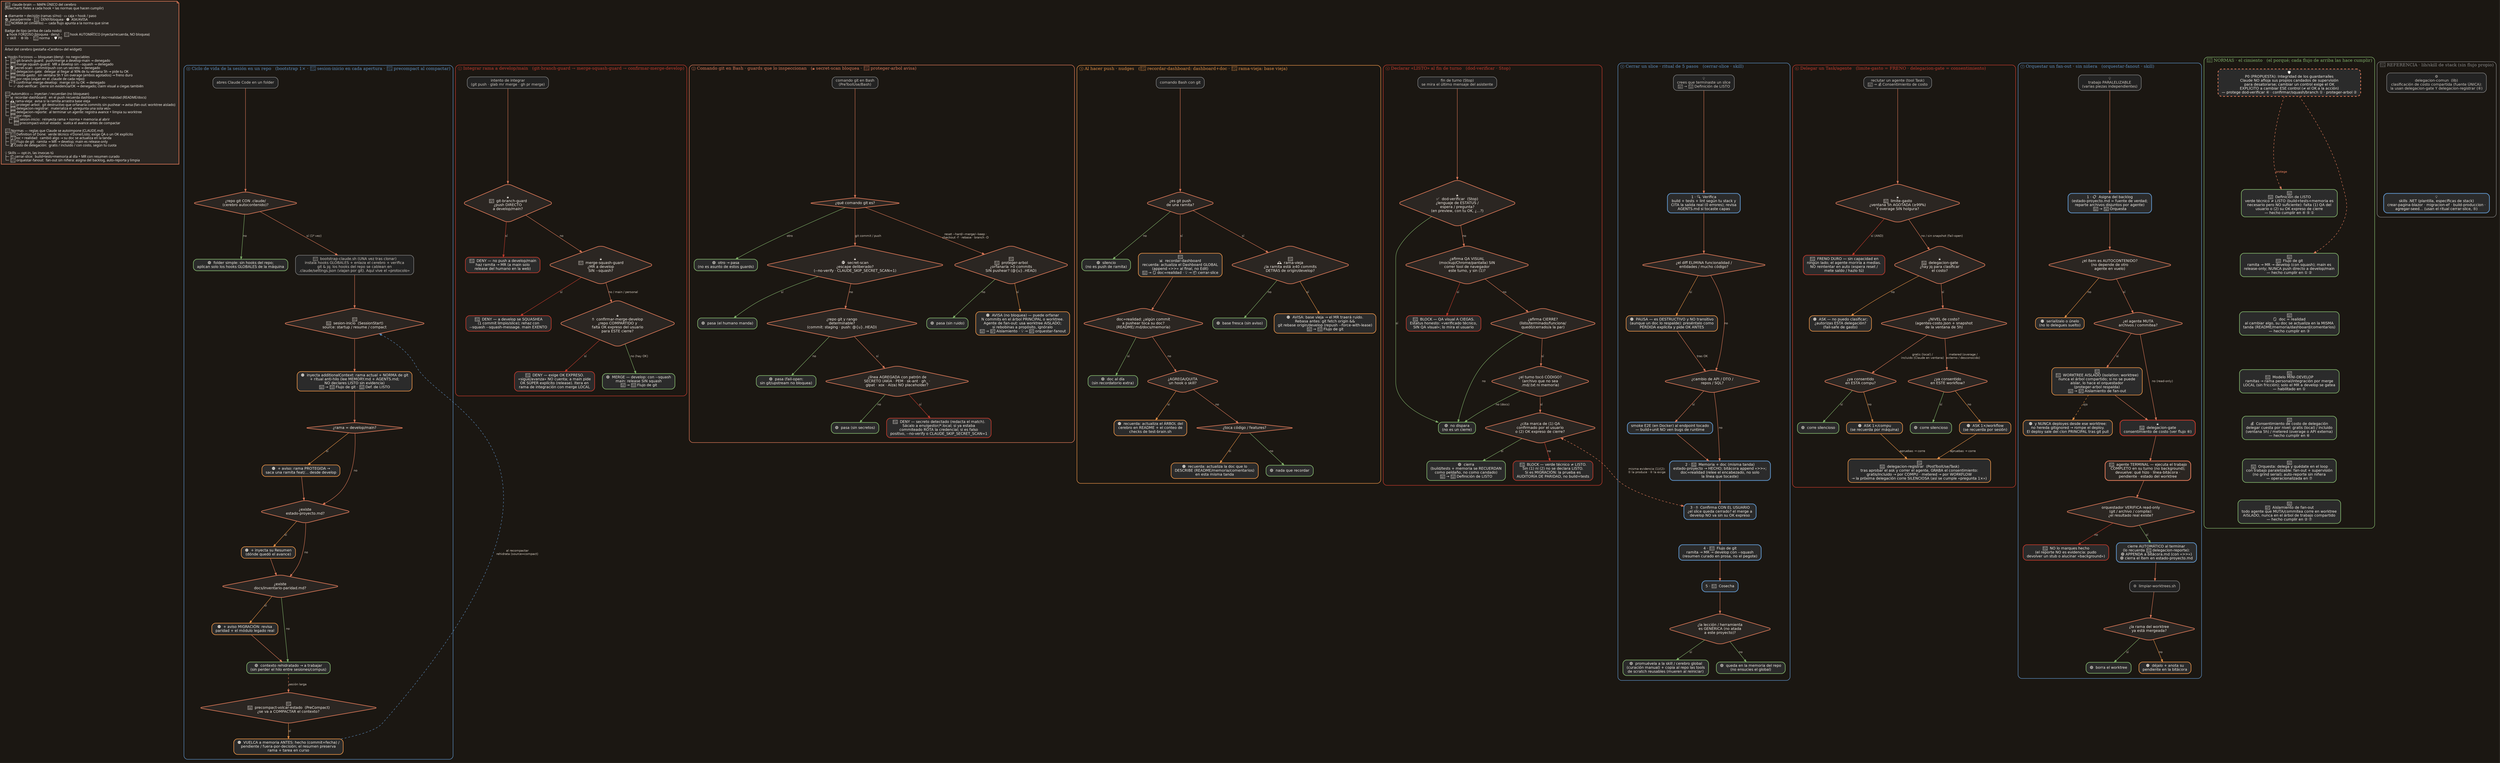
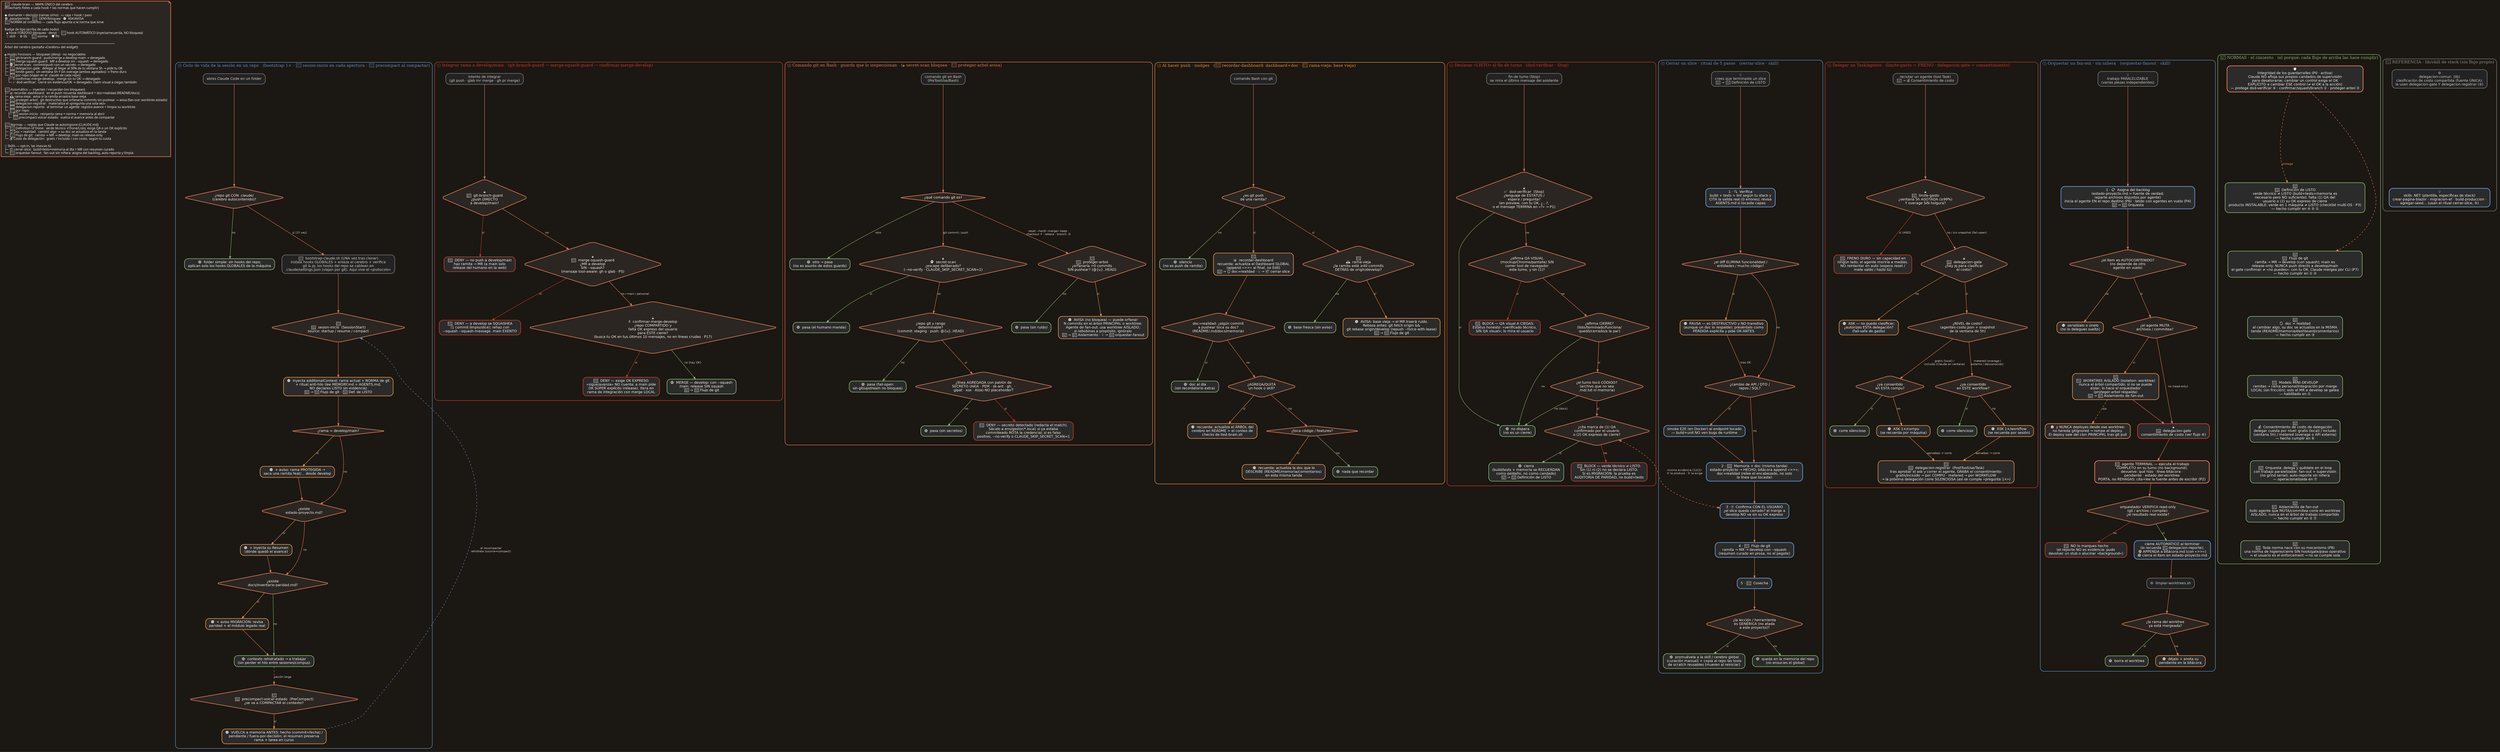
// Mapa del cerebro claude-brain — MAPA ÚNICO (fuente de verdad; el .graphml de yEd se genera de aquí).
// Contiene TODO: los flowcharts de decisión (⓪–⑦, fieles a la lógica real de cada hook leída del .sh)
// + las NORMAS que hacen cumplir (el cimiento) + la referencia de lib/skill de stack.
// diamante = decisión con ramas sí/no · caja = hook/paso · 🟢 pasa · 🔴 DENY · 🟠 ASK/AVISA · 📜 norma.
// Familias: sesión (⓪) · git (①②③) · «terminado» (④⑤) · delegación (⑥⑦).
// El ancho del render de Graphviz NO importa: en yEd se acomoda POR FLUJO (no en una tira).
// Lenguaje visual del README/widget.  Render: dot -Tpng docs/mapa-flujos.dot -o docs/mapa-flujos.png
digraph flujos {
  rankdir=TB;
  bgcolor="#1B1712";
  compound=true;
  nodesep=0.35;
  ranksep=0.55;
  splines=true;
  node [shape=box style="rounded,filled" fillcolor="#2B2B2B" fontcolor="#F2EDE6"
        fontname="Helvetica" fontsize=12 margin="0.16,0.09" penwidth=2];
  edge [color="#D97757" fontcolor="#C9BFB4" fontname="Helvetica" fontsize=10 penwidth=1.3 arrowsize=0.8];

  LEG [shape=note fillcolor="#2B2622" color="#D97757" penwidth=2 fontcolor="#F2EDE6" fontname="Menlo" fontsize=11
       label="🧠  claude-brain — MAPA ÚNICO del cerebro\l(flowcharts fieles a cada hook + las normas que hacen cumplir)\l\l◆ diamante = decisión (ramas sí/no) · ▭ caja = hook / paso\l🟢  pasa/permite · 🔴  DENY/bloquea · 🟠  ASK/AVISA\l📜 NORMA (el cimiento) — cada flujo apunta a la norma que sirve\l\lBadge de tipo (arriba de cada nodo):\l  🔒 hook FORZOSO (bloquea · deny)  ·  🔔 hook AUTOMÁTICO (inyecta/recuerda, NO bloquea)\l  💡 skill  ·  ⚙ lib  ·  📜 norma  ·  🛡 P0\l\l────────────────────────────────────────────────────────\lÁrbol del cerebro (pestaña «Cerebro» del widget):\l\l🔒 Hooks Forzosos — bloquean (deny) · no negociables\l├─ 🚧 git-branch-guard:  push/merge a develop·main → denegado\l├─ 🔗 merge-squash-guard:  MR a develop sin --squash → denegado\l├─ 🕵️ secret-scan:  commit/push con un secreto → denegado\l├─ 💸 delegacion-gate:  delegar al llegar al 90% de tu ventana 5h → pide tu OK\l├─ 🛑 limite-gasto:  sin ventana 5h Y sin overage (ambos agotados) → freno duro\l└─ 📁 por-repo (viajan en el .claude de cada repo):\l   ├─ ✋ confirmar-merge-develop:  merge sin tu OK → denegado\l   └─ ✅ dod-verificar:  cierre sin evidencia/OK → denegado; claim visual a ciegas también\l\l🔔 Automático — inyectan / recuerdan (no bloquean)\l├─ 📊 recordar-dashboard:  en el push recuerda dashboard + doc=realidad (README/docs)\l├─ 🕰️ rama-vieja:  avisa si la ramita arrastra base vieja\l├─ 🌳 proteger-arbol:  git destructivo que orfanaría commits sin pushear → avisa (fan-out: worktree aislado)\l├─ 📝 delegacion-registrar:  materializa el «pregunta una sola vez»\l├─ 📮 delegacion-reporte:  al terminar un agente: registra avance + limpia su worktree\l└─ 📁 por-repo:\l   ├─ 🧭 sesion-inicio:  reinyecta rama + norma + memoria al abrir\l   └─ 💾 precompact-volcar-estado:  vuelca el avance antes de compactar\l\l📜 Normas — reglas que Claude se autoimpone (CLAUDE.md)\l├─ 🎯 Definition of Done:  verde técnico ≠ Done/Listo; exige QA o un OK explícito\l├─ 🪞 Doc = realidad:  cambió algo → su doc se actualiza en la tanda\l├─ 🌿 Flujo de git:  ramita → MR → develop; main es release-only\l└─ 💰 Costo de delegación:  gratis / incluido / con costo, según tu cuota\l\l💡 Skills — opt-in, las invocas tú\l├─ 📦 cerrar-slice:  build+tests+memoria al día + MR con resumen curado\l└─ 🧵 orquestar-fanout:  fan-out sin niñera: asigna del backlog, auto-reporta y limpia\l"];

  // ===================== ⓪ CICLO DE VIDA DE LA SESIÓN =====================
  subgraph cluster_f0 {
    label="⓪ Ciclo de vida de la sesión en un repo   (bootstrap 1× · 🔔 sesion-inicio en cada apertura · 🔔 precompact al compactar)";
    labeljust="l"; fontcolor="#5B8DBF"; fontsize=14; color="#5B8DBF"; style="rounded"; penwidth=1.6; margin=16;

    Z_OPEN [shape=box color="#8A8A8A" fillcolor="#232323" fontcolor="#CFC8C0" penwidth=1.5 label="abres Claude Code en un folder"];
    Z_GIT  [shape=diamond fillcolor="#2B2622" color="#D97757" penwidth=2 label="¿repo git CON .claude/\n(cerebro autocontenido)?"];
    Z_PLAIN [color="#7FB069" label="🟢  folder simple: sin hooks del repo;\naplican solo los hooks GLOBALES de la máquina"];
    Z_BOOT [color="#8A8A8A" fillcolor="#232323" fontcolor="#CFC8C0" penwidth=1.5 label="🔧  bootstrap-claude.sh (UNA vez tras clonar)\ninstala hooks GLOBALES + enlaza el cerebro + verifica\ngit & jq; los hooks del repo se cablean en\n.claude/settings.json (viajan por git). Aquí vive el «protocolo»"];

    Z_START [shape=diamond fillcolor="#2B2622" color="#D97757" penwidth=2 label="🔔\n🧭  sesion-inicio  (SessionStart)\nsource: startup / resume / compact"];
    Z_INJECT [color="#E08E45" label="🟠  inyecta additionalContext: rama actual + NORMA de git\n+ ritual anti-hilo (lee MEMORY.md + AGENTS.md;\nNO declares LISTO sin evidencia)\n📜 → 🌿 Flujo de git · 🎯 Def. de LISTO"];
    Z_PROT [shape=diamond fillcolor="#2B2622" color="#D97757" penwidth=2 label="¿rama = develop/main?"];
    Z_PROTW [color="#E08E45" label="🟠  + aviso: rama PROTEGIDA →\nsaca una ramita feat/… desde develop"];
    Z_EST [shape=diamond fillcolor="#2B2622" color="#D97757" penwidth=2 label="¿existe\nestado-proyecto.md?"];
    Z_ESTW [color="#E08E45" label="🟠  + inyecta su Resumen\n(dónde quedó el avance)"];
    Z_MIG [shape=diamond fillcolor="#2B2622" color="#D97757" penwidth=2 label="¿existe\ndocs/inventario-paridad.md?"];
    Z_MIGW [color="#E08E45" label="🟠  + aviso MIGRACIÓN: revisa\nparidad + el módulo legado real"];
    Z_READY [color="#7FB069" label="🟢  contexto rehidratado → a trabajar\n(sin perder el hilo entre sesiones/compus)"];

    Z_COMPACT [shape=diamond fillcolor="#2B2622" color="#D97757" penwidth=2 label="🔔\n💾  precompact-volcar-estado  (PreCompact)\n¿se va a COMPACTAR el contexto?"];
    Z_DUMP [color="#E08E45" label="🟠  VUELCA a memoria ANTES: hecho (commit+fecha) /\npendiente / fuera-por-decisión; el resumen preserva\nrama + tarea en curso"];

    Z_OPEN -> Z_GIT;
    Z_GIT -> Z_PLAIN [label="no" color="#7FB069"];
    Z_GIT -> Z_BOOT  [label="sí (1ª vez)"];
    Z_BOOT -> Z_START;
    Z_START -> Z_INJECT;
    Z_INJECT -> Z_PROT;
    Z_PROT -> Z_PROTW [label="sí" color="#E08E45"];
    Z_PROT -> Z_EST   [label="no"];
    Z_PROTW -> Z_EST;
    Z_EST -> Z_ESTW [label="sí" color="#E08E45"];
    Z_EST -> Z_MIG  [label="no"];
    Z_ESTW -> Z_MIG;
    Z_MIG -> Z_MIGW  [label="sí" color="#E08E45"];
    Z_MIG -> Z_READY [label="no" color="#7FB069"];
    Z_MIGW -> Z_READY;
    Z_READY -> Z_COMPACT [label="sesión larga" style=dashed];
    Z_COMPACT -> Z_DUMP [label="sí" color="#E08E45"];
    Z_DUMP -> Z_START [label="al recompactar\nrehidrata (source=compact)" style=dashed color="#5B8DBF" constraint=false];
  }

  // ===================== ① INTEGRAR a develop/main =====================
  subgraph cluster_f1 {
    label="① Integrar rama a develop/main   (git-branch-guard → merge-squash-guard → confirmar-merge-develop)";
    labeljust="l"; fontcolor="#C0392B"; fontsize=14; color="#C0392B"; style="rounded"; penwidth=1.6; margin=16;

    G1_IN  [shape=box color="#8A8A8A" fillcolor="#232323" fontcolor="#CFC8C0" penwidth=1.5 label="intento de integrar\n(git push · glab mr merge · gh pr merge)"];
    G1_D1  [shape=diamond fillcolor="#2B2622" color="#D97757" penwidth=2 label="🔒\n🚧  git-branch-guard\n¿push DIRECTO\na develop/main?"];
    G1_DENY1 [color="#C0392B" label="🔴  DENY — no push a develop/main\nhaz ramita → MR (a main solo\nrelease del humano en la web)"];
-     G1_D2  [shape=diamond fillcolor="#2B2622" color="#D97757" penwidth=2 label="🔒\n🔗  merge-squash-guard\n¿MR a develop\nSIN --squash?"];
+     G1_D2  [shape=diamond fillcolor="#2B2622" color="#D97757" penwidth=2 label="🔒\n🔗  merge-squash-guard\n¿MR a develop\nSIN --squash?\n(mensaje tool-aware: gh o glab · P5)"];
    G1_DENY2 [color="#C0392B" label="🔴  DENY — a develop se SQUASHEA\n(1 commit limpio/slice); rehaz con\n--squash --squash-message. main EXENTO"];
-     G1_D3  [shape=diamond fillcolor="#2B2622" color="#D97757" penwidth=2 label="🔒\n✋  confirmar-merge-develop\n¿repo COMPARTIDO y\nfalta OK expreso del usuario\npara ESTE cierre?"];
+     G1_D3  [shape=diamond fillcolor="#2B2622" color="#D97757" penwidth=2 label="🔒\n✋  confirmar-merge-develop\n¿repo COMPARTIDO y\nfalta OK expreso del usuario\npara ESTE cierre?\n(busca tu OK en tus últimos 10 mensajes, no en líneas crudas · P17)"];
    G1_DENY3 [color="#C0392B" label="🔴  DENY — exige OK EXPRESO.\n«sigue/avanza» NO cuenta; a main pide\nOK SÚPER explícito (release). Itera en\nrama de integración con merge LOCAL"];
    G1_OK  [color="#7FB069" label="🟢  MERGE — develop: con --squash\nmain: release SIN squash\n📜 → 🌿 Flujo de git"];

    G1_IN -> G1_D1;
    G1_D1 -> G1_DENY1 [label="sí" color="#C0392B"];
    G1_D1 -> G1_D2    [label="no"];
    G1_D2 -> G1_DENY2 [label="sí" color="#C0392B"];
    G1_D2 -> G1_D3    [label="no / main / personal"];
    G1_D3 -> G1_DENY3 [label="sí" color="#C0392B"];
    G1_D3 -> G1_OK    [label="no (hay OK)" color="#7FB069"];
  }

  // ===================== ② COMANDO GIT EN BASH — dos guards con la MISMA entrada ==========
  // secret-scan (🔒 bloquea) y proteger-arbol (🔔 avisa) comparten entrada "comando git en Bash";
  // un despachador los abre según el TIPO de comando.
  subgraph cluster_f2 {
    label="② Comando git en Bash · guards que lo inspeccionan   (🔒 secret-scan bloquea · 🔔 proteger-arbol avisa)";
    labeljust="l"; fontcolor="#D97757"; fontsize=14; color="#D97757"; style="rounded"; penwidth=1.6; margin=16;

    GG_IN   [shape=box color="#8A8A8A" fillcolor="#232323" fontcolor="#CFC8C0" penwidth=1.5 label="comando git en Bash\n(PreToolUse/Bash)"];
    GG_DISP [shape=diamond fillcolor="#2B2622" color="#D97757" penwidth=2 label="¿qué comando git es?"];
    GG_OTRO [color="#7FB069" label="🟢  otro → pasa\n(no es asunto de estos guards)"];

    // --- rama secret-scan (commit / push) ---
    S_D2  [shape=diamond fillcolor="#2B2622" color="#D97757" penwidth=2 label="🔒\n🕵  secret-scan\n¿escape deliberado?\n(--no-verify · CLAUDE_SKIP_SECRET_SCAN=1)"];
    S_PASA2 [color="#7FB069" label="🟢  pasa (el humano manda)"];
    S_D3  [shape=diamond fillcolor="#2B2622" color="#D97757" penwidth=2 label="¿repo git y rango\ndeterminable?\n(commit: staging · push: @{u}..HEAD)"];
    S_PASA3 [color="#7FB069" label="🟢  pasa (fail-open:\nsin git/upstream no bloquea)"];
    S_D4  [shape=diamond fillcolor="#2B2622" color="#D97757" penwidth=2 label="¿línea AGREGADA con patrón de\nSECRETO (AKIA · PEM · sk-ant · gh_ ·\nglpat · xox · AIza) NO placeholder?"];
    S_PASA4 [color="#7FB069" label="🟢  pasa (sin secretos)"];
    S_DENY [color="#C0392B" label="🔴  DENY — secreto detectado (redacta el match).\nSácalo a env/gestor/*.local; si ya estaba\ncommiteado ROTA la credencial; si es falso\npositivo, --no-verify o CLAUDE_SKIP_SECRET_SCAN=1"];

    // --- rama proteger-arbol (destructivo) ---
    A_D2  [shape=diamond fillcolor="#2B2622" color="#D97757" penwidth=2 label="🔔\n🌳  proteger-arbol\n¿orfanaría >0 commits\nSIN pushear? (@{u}..HEAD)"];
    A_PASA [color="#7FB069" label="🟢  pasa (sin ruido)"];
    A_WARN [color="#E08E45" label="🟠  AVISA (no bloquea) — puede orfanar\nN commits en el árbol PRINCIPAL o worktree.\nAgente de fan-out: usa worktree AISLADO;\nsi rebobinas a propósito, ignóralo\n📜 → 🧱 Aislamiento · 💡 → 🧵 orquestar-fanout"];

    GG_IN -> GG_DISP;
    GG_DISP -> S_D2    [label="git commit / push"];
    GG_DISP -> A_D2    [label="reset --hard/--merge/--keep ·\ncheckout -f · rebase · branch -D"];
    GG_DISP -> GG_OTRO [label="otro" color="#7FB069"];

    S_D2 -> S_PASA2 [label="sí" color="#7FB069"];
    S_D2 -> S_D3    [label="no"];
    S_D3 -> S_PASA3 [label="no" color="#7FB069"];
    S_D3 -> S_D4    [label="sí"];
    S_D4 -> S_PASA4 [label="no" color="#7FB069"];
    S_D4 -> S_DENY  [label="sí" color="#C0392B"];

    A_D2 -> A_PASA [label="no" color="#7FB069"];
    A_D2 -> A_WARN [label="sí" color="#E08E45"];
  }

  // ===================== ③ AL HACER PUSH — nudges (recordar-dashboard + rama-vieja) =====================
  subgraph cluster_f3 {
    label="③ Al hacer push · nudges   (🔔 recordar-dashboard: dashboard+doc · 🔔 rama-vieja: base vieja)";
    labeljust="l"; fontcolor="#E08E45"; fontsize=14; color="#E08E45"; style="rounded"; penwidth=1.6; margin=16;

    G6_IN  [shape=box color="#8A8A8A" fillcolor="#232323" fontcolor="#CFC8C0" penwidth=1.5 label="comando Bash con git"];
    G6_PUSH [shape=diamond fillcolor="#2B2622" color="#D97757" penwidth=2 label="¿es git push\nde una ramita?"];
    G6_SIL [color="#7FB069" label="🟢  silencio\n(no es push de ramita)"];

    // --- rama recordar-dashboard ---
    G6_DASH [color="#E08E45" label="🔔\n📊  recordar-dashboard\nrecuerda: actualiza el Dashboard GLOBAL\n(append «>>» al final, no Edit)\n📜 → 🪞 doc=realidad · 💡 → 📦 cerrar-slice"];
    G6_D2  [shape=diamond fillcolor="#2B2622" color="#D97757" penwidth=2 label="doc=realidad: ¿algún commit\na pushear toca su doc?\n(README/.md/docs/memoria)"];
    G6_OK  [color="#7FB069" label="🟢  doc al día\n(sin recordatorio extra)"];
    G6_D3  [shape=diamond fillcolor="#2B2622" color="#D97757" penwidth=2 label="¿AGREGA/QUITA\nun hook o skill?"];
    G6_HOOK [color="#E08E45" label="🟠  recuerda: actualiza el ÁRBOL del\ncerebro en README + el conteo de\nchecks de test-brain.sh"];
    G6_D4  [shape=diamond fillcolor="#2B2622" color="#D97757" penwidth=2 label="¿toca código / features?"];
    G6_CODE [color="#E08E45" label="🟠  recuerda: actualiza la doc que lo\nDESCRIBE (README/memoria/comentarios)\nen esta misma tanda"];
    G6_NA  [color="#7FB069" label="🟢  nada que recordar"];

    // --- rama rama-vieja ---
    G6_RV  [shape=diamond fillcolor="#2B2622" color="#D97757" penwidth=2 label="🔔\n🕰  rama-vieja\n¿la ramita está ≥40 commits\nDETRÁS de origin/develop?"];
    G6_RV_OK [color="#7FB069" label="🟢  base fresca (sin aviso)"];
    G6_RV_WARN [color="#E08E45" label="🟠  AVISA: base vieja → el MR traerá ruido.\nRebasa antes: git fetch origin &&\ngit rebase origin/develop (repush --force-with-lease)\n📜 → 🌿 Flujo de git"];

    G6_IN -> G6_PUSH;
    G6_PUSH -> G6_SIL  [label="no" color="#7FB069"];
    G6_PUSH -> G6_DASH [label="sí"];
    G6_PUSH -> G6_RV   [label="sí"];
    G6_DASH -> G6_D2;
    G6_D2 -> G6_OK   [label="sí" color="#7FB069"];
    G6_D2 -> G6_D3   [label="no"];
    G6_D3 -> G6_HOOK [label="sí" color="#E08E45"];
    G6_D3 -> G6_D4   [label="no"];
    G6_D4 -> G6_CODE [label="sí" color="#E08E45"];
    G6_D4 -> G6_NA   [label="no" color="#7FB069"];
    G6_RV -> G6_RV_OK   [label="no" color="#7FB069"];
    G6_RV -> G6_RV_WARN [label="sí" color="#E08E45"];
  }

  // ===================== ④ DECLARAR «LISTO» al fin de turno (dod-verificar · Stop) =====================
  subgraph cluster_f4 {
    label="④ Declarar «LISTO» al fin de turno   (dod-verificar · Stop)";
    labeljust="l"; fontcolor="#C0392B"; fontsize=14; color="#C0392B"; style="rounded"; penwidth=1.6; margin=16;

    G2_IN  [shape=box color="#8A8A8A" fillcolor="#232323" fontcolor="#CFC8C0" penwidth=1.5 label="fin de turno (Stop)\nse mira el último mensaje del asistente"];
-     G2_D0  [shape=diamond fillcolor="#2B2622" color="#D97757" penwidth=2 label="🔒\n✅  dod-verificar  (Stop)\n¿lenguaje de ESTATUS /\nespera / pregunta?\n(en preview, con tu OK, ¿…?)"];
+     G2_D0  [shape=diamond fillcolor="#2B2622" color="#D97757" penwidth=2 label="🔒\n✅  dod-verificar  (Stop)\n¿lenguaje de ESTATUS /\nespera / pregunta?\n(en preview, con tu OK, ¿…?,\no el mensaje TERMINA en «?» → P1)"];
    G2_ESC [color="#7FB069" label="🟢  no dispara\n(no es un cierre)"];
    G2_D1  [shape=diamond fillcolor="#2B2622" color="#D97757" penwidth=2 label="¿afirma QA VISUAL\n(mockup/Chrome/pantalla) SIN\ncorrer tool de navegador\neste turno, y sin (1)?"];
    G2_VIS [color="#C0392B" label="🔴  BLOCK — QA visual A CIEGAS.\nEstatus honesto: «verificado técnico,\nSIN QA visual»; lo mira el usuario"];
    G2_D2  [shape=diamond fillcolor="#2B2622" color="#D97757" penwidth=2 label="¿afirma CIERRE?\n(listo/terminado/funciona/\nquedó/cerrado/a la par)"];
    G2_D3  [shape=diamond fillcolor="#2B2622" color="#D97757" penwidth=2 label="¿el turno tocó CÓDIGO?\n(archivo que no sea\n.md/.txt ni memoria)"];
    G2_D4  [shape=diamond fillcolor="#2B2622" color="#D97757" penwidth=2 label="¿cita marca de (1) QA\nconfirmado por el usuario\no (2) OK expreso de cierre?"];
    G2_OK  [color="#7FB069" label="🟢  cierra\n(build/tests + memoria se RECUERDAN\ncomo peldaño, no como candado)\n📜 → 🎯 Definición de LISTO"];
    G2_DENY [color="#C0392B" label="🔴  BLOCK — verde técnico ≠ LISTO.\nSin (1) ni (2) no se declara LISTO.\nSi es MIGRACIÓN: la prueba es\nAUDITORÍA DE PARIDAD, no build+tests"];

    G2_IN -> G2_D0;
    G2_D0 -> G2_ESC [label="sí" color="#7FB069"];
    G2_D0 -> G2_D1  [label="no"];
    G2_D1 -> G2_VIS [label="sí" color="#C0392B"];
    G2_D1 -> G2_D2  [label="no"];
    G2_D2 -> G2_ESC [label="no" color="#7FB069"];
    G2_D2 -> G2_D3  [label="sí"];
    G2_D3 -> G2_ESC [label="no (docs)" color="#7FB069"];
    G2_D3 -> G2_D4  [label="sí"];
    G2_D4 -> G2_OK   [label="sí" color="#7FB069"];
    G2_D4 -> G2_DENY [label="no" color="#C0392B"];
  }

  // ===================== ⑤ CERRAR UN SLICE (ritual de 5 pasos · cerrar-slice) =====================
  subgraph cluster_f5 {
    label="⑤ Cerrar un slice · ritual de 5 pasos   (cerrar-slice · skill)";
    labeljust="l"; fontcolor="#5B8DBF"; fontsize=14; color="#5B8DBF"; style="rounded"; penwidth=1.6; margin=16;

    C_IN [shape=box color="#8A8A8A" fillcolor="#232323" fontcolor="#CFC8C0" penwidth=1.5 label="💡\ncrees que terminaste un slice\n📜 → 🎯 Definición de LISTO"];
    C1 [color="#5B8DBF" penwidth=2.5 label="1 · 🔍  Verifica\nbuild + tests + lint según tu stack y\nCITA la salida real (0 errores); revisa\nAGENTS.md si tocaste capas"];
    C_DESTR [shape=diamond fillcolor="#2B2622" color="#D97757" penwidth=2 label="¿el diff ELIMINA funcionalidad /\nentidades / mucho código?"];
    C_PAUSA [color="#E08E45" label="🟠  PAUSA — es DESTRUCTIVO y NO transitivo\n(aunque un doc lo respalde): preséntalo como\nPÉRDIDA explícita y pide OK ANTES"];
    C_API [shape=diamond fillcolor="#2B2622" color="#D97757" penwidth=2 label="¿cambio de API / DTO /\nrepos / SQL?"];
    C_SMOKE [color="#5B8DBF" penwidth=2.5 label="smoke E2E (en Docker) al endpoint tocado\n— build+unit NO ven bugs de runtime"];
    C2 [color="#5B8DBF" penwidth=2.5 label="2 · 📝  Memoria + doc (misma tanda)\nestado-proyecto → HECHO; bitácora append «>>»;\ndoc=realidad (relee el encabezado, no solo\nla línea que tocaste)"];
    C3 [color="#5B8DBF" penwidth=2.5 label="3 · ✋  Confirma CON EL USUARIO\n¿el slice queda cerrado? el merge a\ndevelop NO va sin su OK expreso"];
    C4 [color="#5B8DBF" penwidth=2.5 label="4 · 🔗  Flujo de git\nramita → MR → develop con --squash\n(resumen curado en prosa, no el pegote)"];
    C5 [color="#5B8DBF" penwidth=2.5 label="5 · 🌱  Cosecha"];
    C_GEN [shape=diamond fillcolor="#2B2622" color="#D97757" penwidth=2 label="¿la lección / herramienta\nes GENÉRICA (no atada\na este proyecto)?"];
    C_PROM [color="#7FB069" label="🟢  promuévela a la skill / cerebro global\n(curación manual) + copia al repo las tools\nde scratch reusables (mueren al reiniciar)"];
    C_LOCAL [color="#7FB069" label="🟢  queda en la memoria del repo\n(no ensucies el global)"];

    C_IN -> C1;
    C1 -> C_DESTR;
    C_DESTR -> C_PAUSA [label="sí" color="#E08E45"];
    C_DESTR -> C_API   [label="no"];
    C_PAUSA -> C_API   [label="tras OK"];
    C_API -> C_SMOKE [label="sí"];
    C_API -> C2      [label="no"];
    C_SMOKE -> C2;
    C2 -> C3 -> C4 -> C5;
    C5 -> C_GEN;
    C_GEN -> C_PROM  [label="sí" color="#7FB069"];
    C_GEN -> C_LOCAL [label="no" color="#7FB069"];
  }

  // ===================== ⑥ DELEGAR un Task/agente (limite-gasto + delegacion-gate) =====================
  subgraph cluster_f6 {
    label="⑥ Delegar un Task/agente   (limite-gasto = FRENO · delegacion-gate = consentimiento)";
    labeljust="l"; fontcolor="#C0392B"; fontsize=14; color="#C0392B"; style="rounded"; penwidth=1.6; margin=16;

    G3_IN  [shape=box color="#8A8A8A" fillcolor="#232323" fontcolor="#CFC8C0" penwidth=1.5 label="reclutar un agente (tool Task)\n📜 → 💰 Consentimiento de costo"];
    G3_D1  [shape=diamond fillcolor="#2B2622" color="#D97757" penwidth=2 label="🔒\n🛑  limite-gasto\n¿ventana 5h AGOTADA (≥99%)\nY overage SIN holgura?"];
    G3_FRENO [color="#C0392B" label="🔴  FRENO DURO — sin capacidad en\nningún lado; el agente moriría a medias.\nNO reintentar en auto (espera reset /\nmete saldo / hazlo tú)"];
    G3_D2  [shape=diamond fillcolor="#2B2622" color="#D97757" penwidth=2 label="🔒\n💸  delegacion-gate\n¿hay jq para clasificar\nel costo?"];
    G3_ASK0 [color="#E08E45" label="🟠  ASK — no puedo clasificar;\n¿autorizas ESTA delegación?\n(fail-safe de gasto)"];
    G3_NIVEL [shape=diamond fillcolor="#2B2622" color="#D97757" penwidth=2 label="¿NIVEL de costo?\n(agentes-costo.json + snapshot\nde la ventana de 5h)"];
    G3_CG  [shape=diamond fillcolor="#2B2622" color="#D97757" penwidth=2 label="¿ya consentido\nen ESTA compu?"];
    G3_CM  [shape=diamond fillcolor="#2B2622" color="#D97757" penwidth=2 label="¿ya consentido\nen ESTE workflow?"];
    G3_RUN1 [color="#7FB069" label="🟢  corre silencioso"];
    G3_ASK1 [color="#E08E45" label="🟠  ASK 1×/compu\n(se recuerda por máquina)"];
    G3_RUN2 [color="#7FB069" label="🟢  corre silencioso"];
    G3_ASK2 [color="#E08E45" label="🟠  ASK 1×/workflow\n(se recuerda por sesión)"];
    G3_REG  [color="#E08E45" label="🔔\n📝  delegacion-registrar  (PostToolUse/Task)\ntras aprobar el ask y correr el agente, GRABA el consentimiento:\ngratis/incluido → por COMPU · metered → por WORKFLOW\n→ la próxima delegación corre SILENCIOSA (así se cumple «pregunta 1×»)"];

    G3_IN -> G3_D1;
    G3_D1 -> G3_FRENO [label="sí (AND)" color="#C0392B"];
    G3_D1 -> G3_D2    [label="no / sin snapshot (fail-open)"];
    G3_D2 -> G3_ASK0  [label="no" color="#E08E45"];
    G3_D2 -> G3_NIVEL [label="sí"];
    G3_NIVEL -> G3_CG [label="gratis (local) /\nincluido (Claude en ventana)"];
    G3_NIVEL -> G3_CM [label="metered (overage /\nexterno / desconocido)"];
    G3_CG -> G3_RUN1 [label="sí" color="#7FB069"];
    G3_CG -> G3_ASK1 [label="no" color="#E08E45"];
    G3_CM -> G3_RUN2 [label="sí" color="#7FB069"];
    G3_CM -> G3_ASK2 [label="no" color="#E08E45"];
    G3_ASK1 -> G3_REG [label="apruebas → corre" color="#E08E45"];
    G3_ASK2 -> G3_REG [label="apruebas → corre" color="#E08E45"];
  }

  // ===================== ⑦ ORQUESTAR UN FAN-OUT (sin niñera · orquestar-fanout) =====================
  subgraph cluster_f7 {
    label="⑦ Orquestar un fan-out · sin niñera   (orquestar-fanout · skill)";
    labeljust="l"; fontcolor="#5B8DBF"; fontsize=14; color="#5B8DBF"; style="rounded"; penwidth=1.6; margin=16;

    OF_IN [shape=box color="#8A8A8A" fillcolor="#232323" fontcolor="#CFC8C0" penwidth=1.5 label="💡\ntrabajo PARALELIZABLE\n(varias piezas independientes)"];
-     OF_1  [color="#5B8DBF" penwidth=2.5 label="1 · 📋  Asigna del backlog\n(estado-proyecto.md = fuente de verdad;\nreparte archivos disjuntos por agente)\n📜 → 🎼 Orquesta"];
+     OF_1  [color="#5B8DBF" penwidth=2.5 label="1 · 📋  Asigna del backlog\n(estado-proyecto.md = fuente de verdad;\nreparte archivos disjuntos por agente)\ninicia el agente EN el repo destino (P6) · latido con agentes en vuelo (P4)\n📜 → 🎼 Orquesta"];
    OF_DAUTO [shape=diamond fillcolor="#2B2622" color="#D97757" penwidth=2 label="¿el ítem es AUTOCONTENIDO?\n(no depende de otro\nagente en vuelo)"];
    OF_SER [color="#E08E45" label="🟠  serialízalo o únelo\n(no lo delegues suelto)"];
    OF_DMUT [shape=diamond fillcolor="#2B2622" color="#D97757" penwidth=2 label="¿el agente MUTA\narchivos / commitea?"];
    OF_WT [color="#E08E45" label="🔔\n🌳  WORKTREE AISLADO (isolation: worktree)\nnunca el árbol compartido; si no se puede\naislar, lo hace el orquestador\n(proteger-arbol respalda)\n📜 → 🧱 Aislamiento de fan-out"];
    OF_DEPLOY [color="#E08E45" label="🟠  y NUNCA deployes desde ese worktree:\nno hereda gitignored → rompe el deploy.\nEl deploy sale del clon PRINCIPAL tras git pull"];
    OF_GATE [color="#C0392B" penwidth=2.5 label="🔒\n💸  delegacion-gate\nconsentimiento de costo (ver flujo ⑥)"];
-     OF_AG [color="#D97757" fillcolor="#2B2622" penwidth=2.5 label="🤖  agente TERMINAL — ejecuta el trabajo\nCOMPLETO en su turno (no background);\ndevuelve: qué hizo · línea-bitácora ·\npendiente · estado del worktree"];
+     OF_AG [color="#D97757" fillcolor="#2B2622" penwidth=2.5 label="🤖  agente TERMINAL — ejecuta el trabajo\nCOMPLETO en su turno (no background);\ndevuelve: qué hizo · línea-bitácora ·\npendiente · estado del worktree\nPORTA, no REHAGAS: cita+lee la fuente antes de escribir (P2)"];
    OF_DVER [shape=diamond fillcolor="#2B2622" color="#D97757" penwidth=2 label="orquestador VERIFICA read-only\n(git / archivo / compila):\n¿el resultado real existe?"];
    OF_NO [color="#C0392B" label="🔴  NO lo marques hecho\n(el reporte NO es evidencia: pudo\ndevolver un stub o alucinar «background»)"];
    OF_CIERRE [color="#5B8DBF" penwidth=2.5 label="cierre AUTOMÁTICO al terminar\n(lo recuerda 🔔 delegacion-reporte):\n🟢 APPENDA a bitácora.md (con «>>»)\n🟢 cierra el ítem en estado-proyecto.md"];
    OF_WTC [color="#8A8A8A" fillcolor="#232323" fontcolor="#CFC8C0" penwidth=1.5 label="⚙  limpiar-worktrees.sh"];
    OF_DWT [shape=diamond fillcolor="#2B2622" color="#D97757" penwidth=2 label="¿la rama del worktree\nya está mergeada?"];
    OF_BORRA [color="#7FB069" label="🟢  borra el worktree"];
    OF_DEJA [color="#E08E45" label="🟠  déjalo + anota su\npendiente en la bitácora"];

    OF_IN -> OF_1 -> OF_DAUTO;
    OF_DAUTO -> OF_SER  [label="no" color="#E08E45"];
    OF_DAUTO -> OF_DMUT [label="sí"];
    OF_DMUT -> OF_WT   [label="sí"];
    OF_DMUT -> OF_GATE [label="no (read-only)"];
    OF_WT -> OF_GATE;
    OF_WT -> OF_DEPLOY [label="ojo" color="#E08E45" style=dashed];
    OF_GATE -> OF_AG;
    OF_AG -> OF_DVER;
    OF_DVER -> OF_NO     [label="no" color="#C0392B"];
    OF_DVER -> OF_CIERRE [label="sí" color="#7FB069"];
    OF_CIERRE -> OF_WTC;
    OF_WTC -> OF_DWT;
    OF_DWT -> OF_BORRA [label="sí" color="#7FB069"];
    OF_DWT -> OF_DEJA  [label="no" color="#E08E45"];
  }

  // ===================== 📜 NORMAS — el cimiento (el porqué que los flujos hacen cumplir) =====================
  subgraph cluster_normas {
    label="📜 NORMAS · el cimiento   (el porqué; cada flujo de arriba las hace cumplir)";
    labeljust="l"; fontcolor="#7FB069"; fontsize=14; color="#7FB069"; style="rounded"; penwidth=1.6; margin=16;
    node [color="#7FB069" penwidth=2];
-     N_DOD  [label="📜\n🎯  Definición de LISTO\nverde técnico ≠ LISTO (build+tests+memoria es\nnecesario pero NO suficiente): falta (1) QA del\nusuario o (2) su OK expreso de cierre\n— hecho cumplir en ④ ⑤ ①"];
-     N_GIT  [label="📜\n🌿  Flujo de git\nramita → MR → develop (con squash); main es\nrelease-only; NUNCA push directo a develop/main\n— hecho cumplir en ① ②"];
+     N_DOD  [label="📜\n🎯  Definición de LISTO\nverde técnico ≠ LISTO (build+tests+memoria es\nnecesario pero NO suficiente): falta (1) QA del\nusuario o (2) su OK expreso de cierre\nproducto INSTALABLE: verde en 1 máquina ≠ LISTO (checklist multi-OS · P3)\n— hecho cumplir en ④ ⑤ ①"];
+     N_GIT  [label="📜\n🌿  Flujo de git\nramita → MR → develop (con squash); main es\nrelease-only; NUNCA push directo a develop/main\nel gate confirmar ≠ «no puedes»: con tu OK, Claude mergea por CLI (P7)\n— hecho cumplir en ① ②"];
    N_DOC  [label="📜\n🪞  doc = realidad\nal cambiar algo, su doc se actualiza en la MISMA\ntanda (README/memoria/dashboard/comentarios)\n— hecho cumplir en ③"];
    N_MINI [label="📜\n🌱  Modelo MINI-DEVELOP\nramitas → rama personal/integración por merge\nLOCAL (sin fricción); solo el MR a develop se gatea\n— habilitado en ①"];
    N_COST [label="📜\n💰  Consentimiento de costo de delegación\ndelegar cuesta por nivel: gratis (local) / incluido\n(ventana 5h) / metered (overage o API externa)\n— hecho cumplir en ⑥"];
    N_ORQ  [label="📜\n🎼  Orquesta: delega y quédate en el loop\ncon trabajo paralelizable: fan-out + supervisión\n(no grind serial); auto-reporte sin niñera\n— operacionalizada en ⑦"];
    N_AISL [label="📜\n🧱  Aislamiento de fan-out\ntodo agente que MUTA/commitea corre en worktree\nAISLADO, nunca en el árbol de trabajo compartido\n— hecho cumplir en ② ⑦"];
-     N_P0   [color="#D97757" penwidth=2.5 style="rounded,filled,dashed"
-             label="🛡\nP0 (PROPUESTA): Integridad de los guardarraíles\nClaude NO afloja sus propios candados de supervisión\npara desatorarse; cambiar un control exige el OK\nEXPLÍCITO a cambiar ESE control (≠ el OK a la acción)\n— protege dod-verificar ④ · confirmar/squash/branch ① · proteger-arbol ②"];
+     N_P0   [color="#D97757" penwidth=2.5 style="rounded,filled"
+             label="🛡\nIntegridad de los guardarraíles (P0 · activa)\nClaude NO afloja sus propios candados de supervisión\npara desatorarse; cambiar un control exige el OK\nEXPLÍCITO a cambiar ESE control (≠ el OK a la acción)\n— protege dod-verificar ④ · confirmar/squash/branch ① · proteger-arbol ②"];
+     N_MEC  [label="📜\n🧩  Toda norma nace con su mecanismo (P8)\nuna norma de higiene/cierre SIN hook/gate/paso operativo\n= el usuario es el enforcement → no se cumple sola"];

    N_P0 -> N_DOD [label="protege" style=dashed color="#D97757" fontcolor="#D97757" penwidth=1.4 constraint=false];
    N_P0 -> N_GIT [style=dashed color="#D97757" penwidth=1.4 constraint=false];
    // apila las normas en COLUMNA (invisible: solo rango) para que no se vayan a lo ancho
    edge [style=invis];
-     N_P0 -> N_DOD -> N_GIT -> N_DOC -> N_MINI -> N_COST -> N_ORQ -> N_AISL;
+     N_P0 -> N_DOD -> N_GIT -> N_DOC -> N_MINI -> N_COST -> N_ORQ -> N_AISL -> N_MEC;
    edge [style=solid];
  }

  // ===================== 🔩 REFERENCIA · lib/skill de stack (sin flujo propio) =====================
  subgraph cluster_ref {
    label="🔩 REFERENCIA · lib/skill de stack (sin flujo propio)";
    labeljust="l"; fontcolor="#8A8A8A"; fontsize=14; color="#8A8A8A"; style="rounded"; penwidth=1.4; margin=14;
    R_COMUN [color="#8A8A8A" fillcolor="#232323" fontcolor="#CFC8C0" penwidth=1.5
             label="⚙\ndelegacion-comun  (lib)\nclasificación de costo compartida (fuente ÚNICA):\nla usan delegacion-gate Y delegacion-registrar (⑥)"];
    R_NET   [color="#5B8DBF" penwidth=2.5
             label="💡\nskills .NET (plantilla, específicas de stack)\ncrear-pagina-blazor · migracion-ef · build-produccion ·\nagregar-seed… (usan el ritual cerrar-slice, ⑤)"];
    R_COMUN -> R_NET [style=invis];   // apílalos en columna
  }

  // (El acomodo espacial —normas/referencia DEBAJO de los flujos— se hace en yEd; Graphviz solo fija el CONTENIDO.)
  // (Las referencias a 📜 normas / 💡 skills van como TAG de texto DENTRO del nodo que las invoca — ver labels arriba.)

  // ===== CORRELACIÓN ④↔⑤: la evidencia (1)/(2) que dod-verificar EXIGE es la que cerrar-slice PRODUCE =====

  // ===== CORRELACIÓN ④↔⑤: la evidencia (1)/(2) que dod-verificar EXIGE es la que cerrar-slice PRODUCE =====
  // (adyacentes por el orden de familia → conector corto; constraint=false para no alterar el layout)
  C3 -> G2_D4 [dir=both color="#D97757" style=dashed penwidth=1.4 constraint=false
               label="misma evidencia (1)/(2):\n⑤ la produce · ④ la exige"];
}
